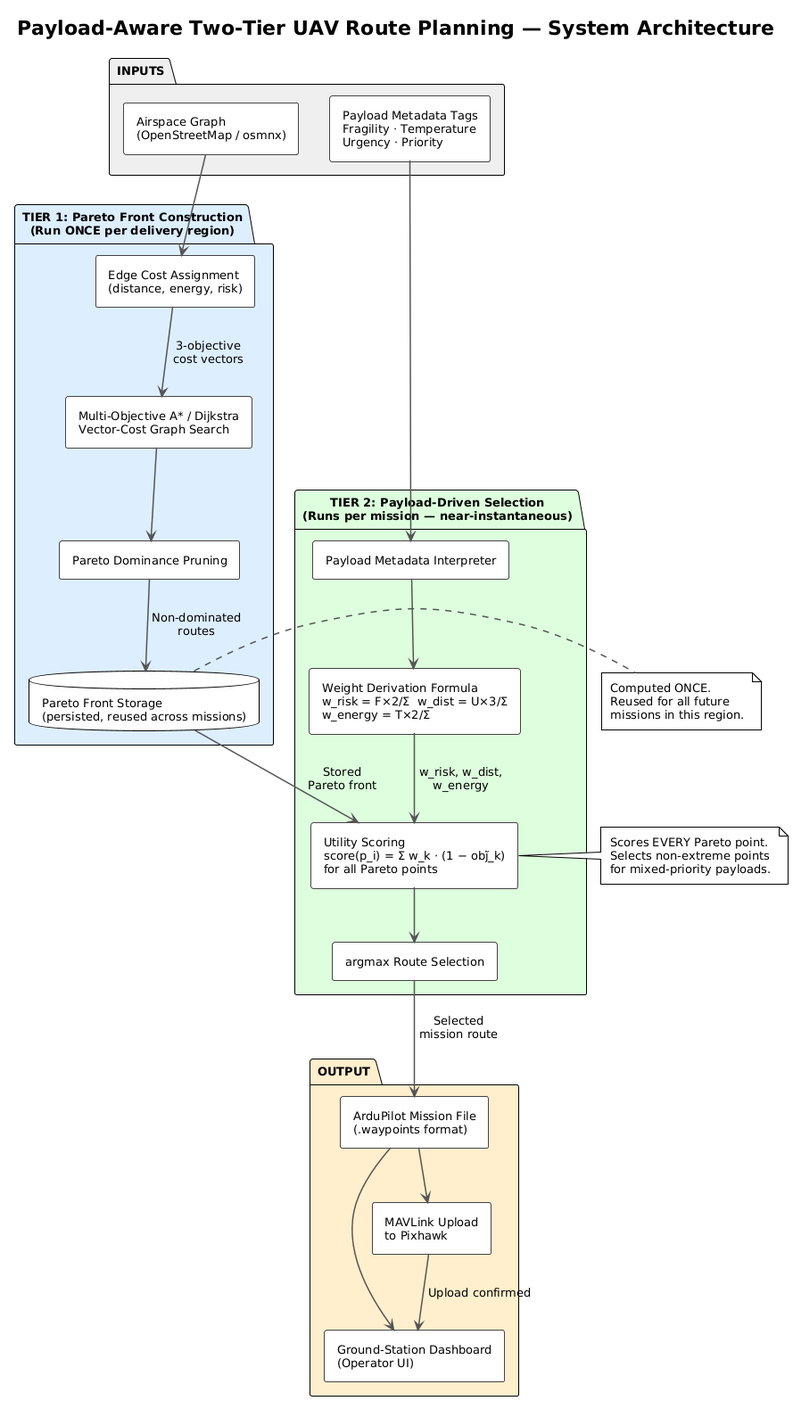
This is Review 1/Phase 1 Report/diagrams/arch.png from thirumuruganra/fyp-drone, a PlantUML export, as it was before one commit.
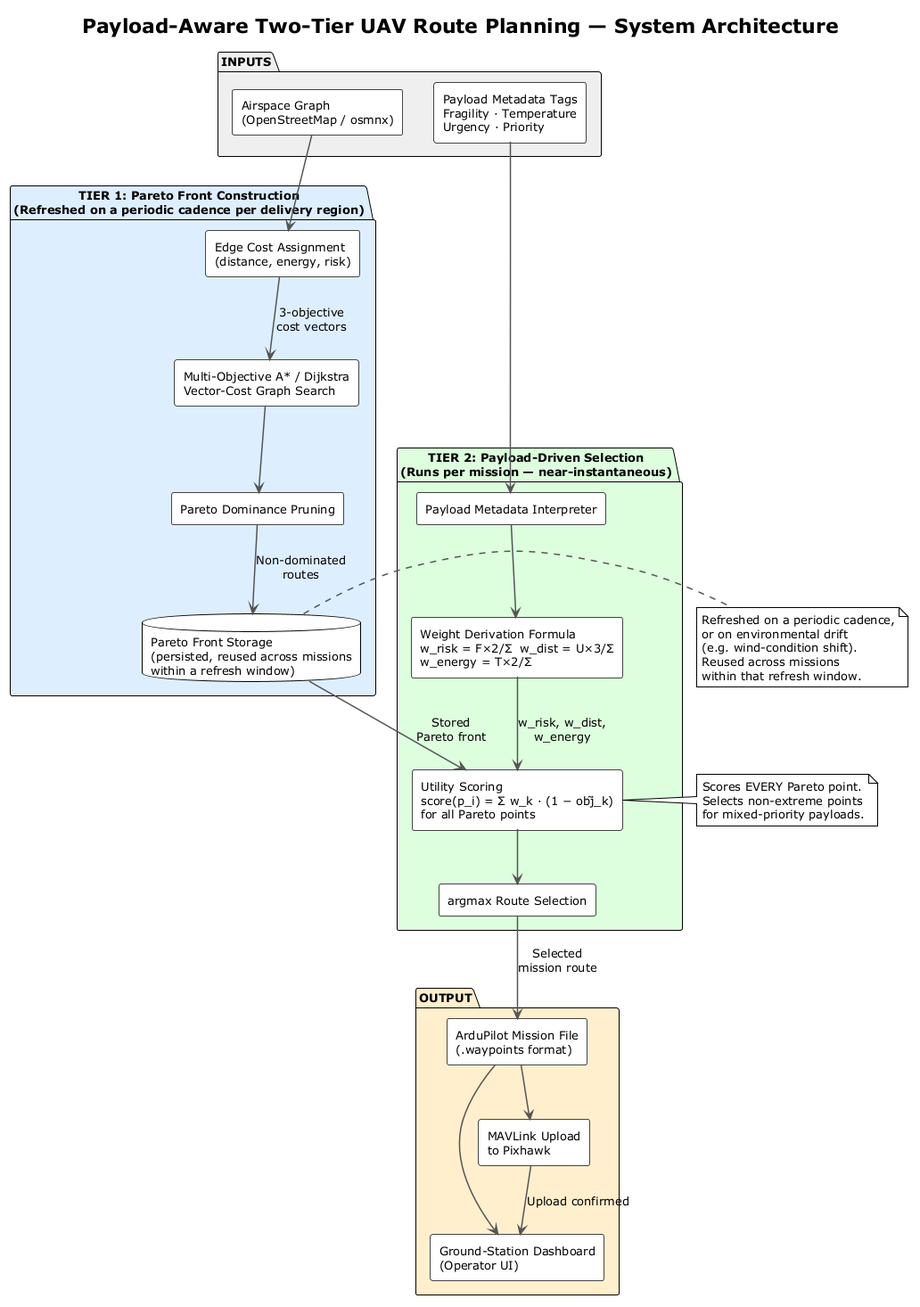
The same diagram one commit later.

Commit message:
docs(review1): reword Pareto front reuse claim to periodic refresh cadence

The edit, as a diff of the source:
```diff
@@ -1,8 +1,7 @@
-@startuml
+@startuml arch
 !theme plain
 skinparam componentStyle rectangle
 skinparam defaultFontSize 13
-skinparam padding 4
 skinparam ArrowThickness 1.5
 skinparam ArrowColor #555555
 skinparam componentBorderColor #444444
@@ -15,11 +14,11 @@
   [Payload Metadata Tags\nFragility · Temperature\nUrgency · Priority] as PMT
 }
 
-package "TIER 1: Pareto Front Construction\n(Run ONCE per delivery region)" #DDEEFF {
+package "TIER 1: Pareto Front Construction\n(Refreshed on a periodic cadence per delivery region)" #DDEEFF {
   [Edge Cost Assignment\n(distance, energy, risk)] as OCA
   [Multi-Objective A* / Dijkstra\nVector-Cost Graph Search] as MOA
   [Pareto Dominance Pruning] as PDF
-  database "Pareto Front Storage\n(persisted, reused across missions)" as PFS
+  database "Pareto Front Storage\n(persisted, reused across missions\nwithin a refresh window)" as PFS
 }
 
 package "TIER 2: Payload-Driven Selection\n(Runs per mission — near-instantaneous)" #DDFFDD {
@@ -51,9 +50,11 @@
 ML --> GSD : "Upload confirmed"
 
 note right of PFS
-  Computed ONCE.
-  Reused for all future
-  missions in this region.
+  Refreshed on a periodic cadence,
+  or on environmental drift
+  (e.g. wind-condition shift).
+  Reused across missions
+  within that refresh window.
 end note
 
 note right of US
```
